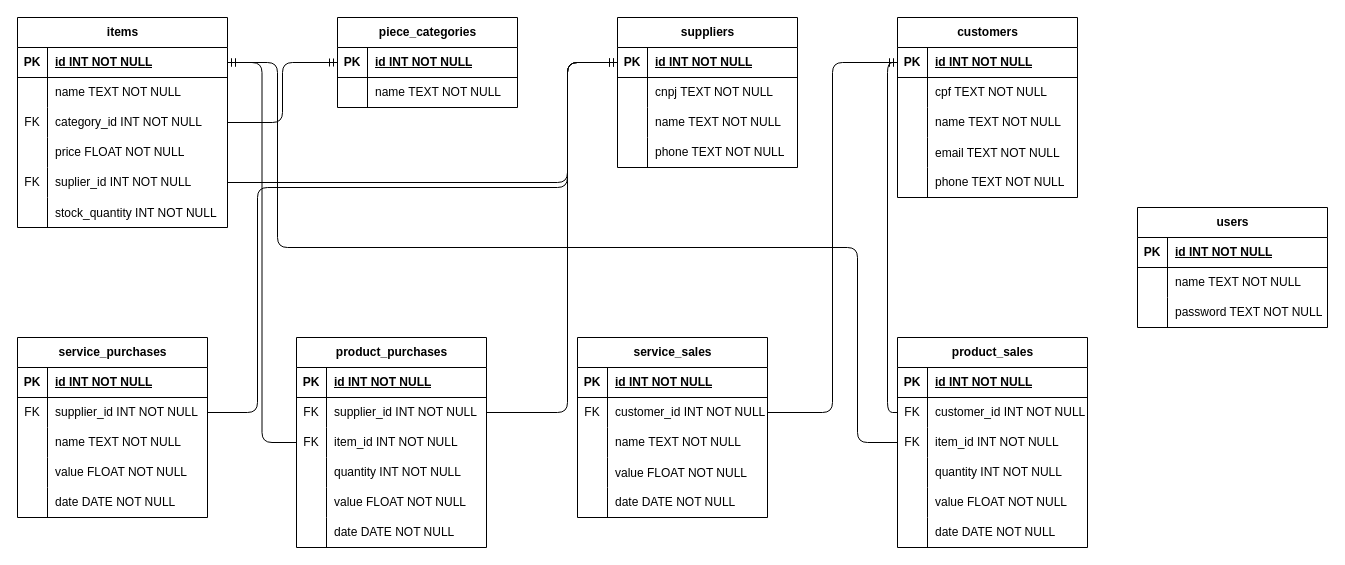
This is backend/commercial-manager.drawio from joaopafe/commercial-manager, a draw.io file, before an edit. Source tidied: cells renumbered, new cells numbered last; positions are measured from the earlier drawing's top-left corner, leaving out a move shared by most shapes. Both pictures are drawn from the tidied source at 100%, with x=0, y=0 at pixel (17, 17).
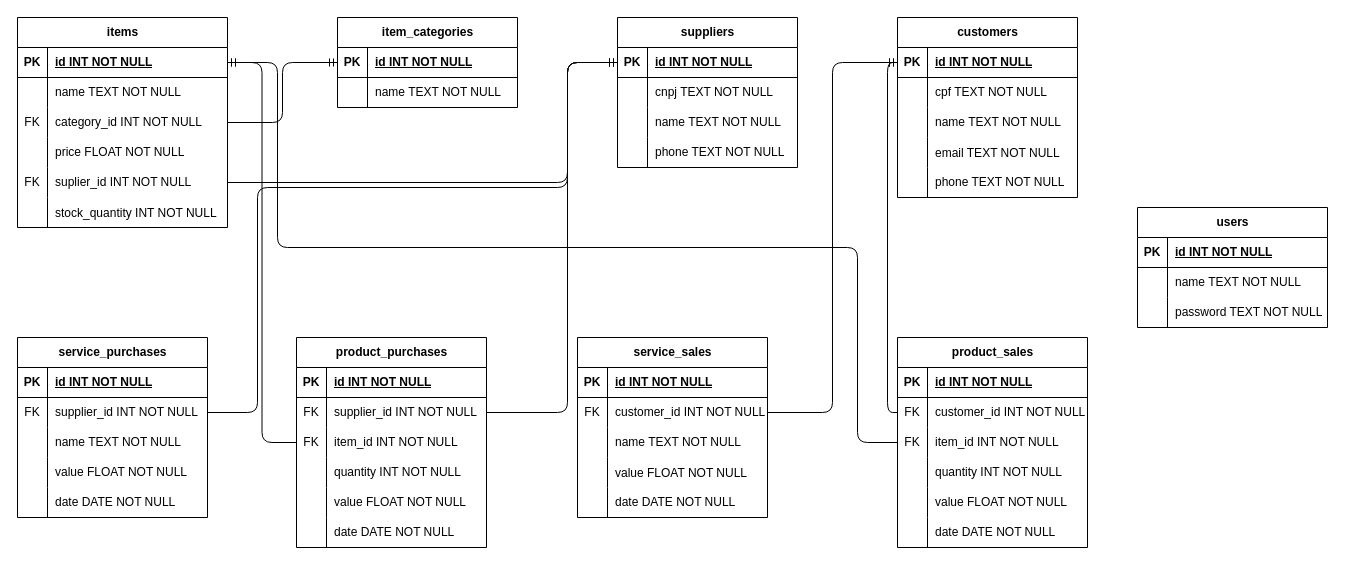
The same diagram, later.

Commit message:
update the enetities on commercial-manager erd

Diff of the diagram source:
```diff
@@
-    <mxCell id="21" value="piece_categories" style="shape=table;startSize=30;childLayout=tableLayout;rowLines=0;fontStyle=1;align=center;html=1;" parent="1" vertex="1">
+    <mxCell id="21" value="item_categories" style="shape=table;startSize=30;childLayout=tableLayout;rowLines=0;fontStyle=1;align=center;html=1;" parent="1" vertex="1">
       <mxGeometry x="320" width="180" height="90" as="geometry" />
     </mxCell>
```
